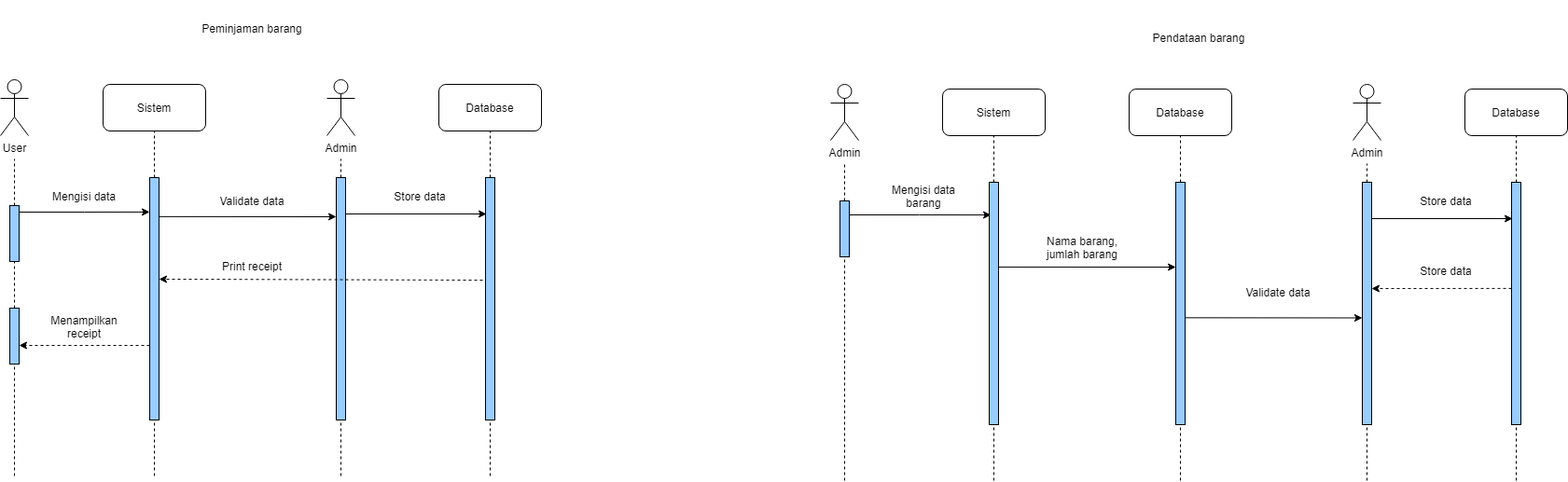
This is diagrams/Sequence Diagram.drawio.png from johannfac/aplikasipeminjamanaset, a draw.io export, as it was before one commit. Source tidied: cells renumbered, new cells last; positions are measured from the earlier drawing's top-left corner, leaving out a move shared by most shapes.
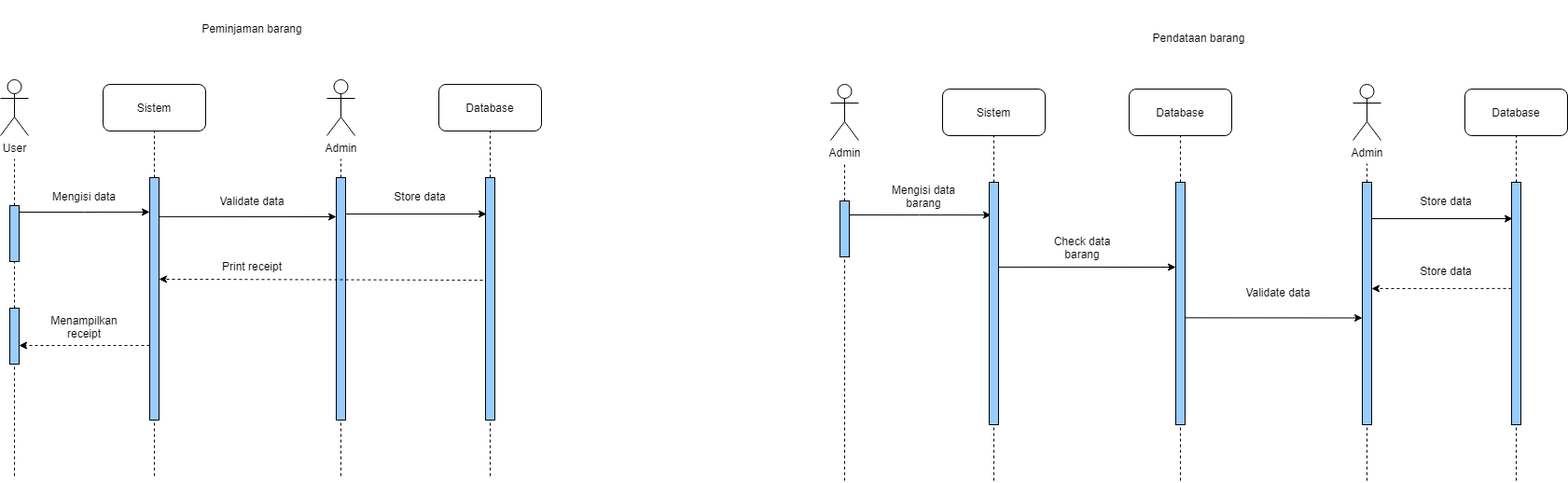
After the change.

Change to the diagram source:
```diff
@@ -199,7 +199,7 @@
     <mxCell id="53" value="Mengisi data barang" style="text;html=1;strokeColor=none;fillColor=none;align=center;verticalAlign=middle;whiteSpace=wrap;rounded=0;" parent="1" vertex="1">
       <mxGeometry x="940" y="200" width="100" height="20" as="geometry" />
     </mxCell>
-    <mxCell id="54" value="Nama barang, jumlah barang" style="text;html=1;strokeColor=none;fillColor=none;align=center;verticalAlign=middle;whiteSpace=wrap;rounded=0;" parent="1" vertex="1">
+    <mxCell id="54" value="Check data barang" style="text;html=1;strokeColor=none;fillColor=none;align=center;verticalAlign=middle;whiteSpace=wrap;rounded=0;" parent="1" vertex="1">
       <mxGeometry x="1110" y="250" width="100" height="30" as="geometry" />
     </mxCell>
     <mxCell id="55" style="endArrow=classic;html=1;rounded=0;exitX=1;exitY=0.119;exitDx=0;exitDy=0;exitPerimeter=0;" parent="1" edge="1">
```
